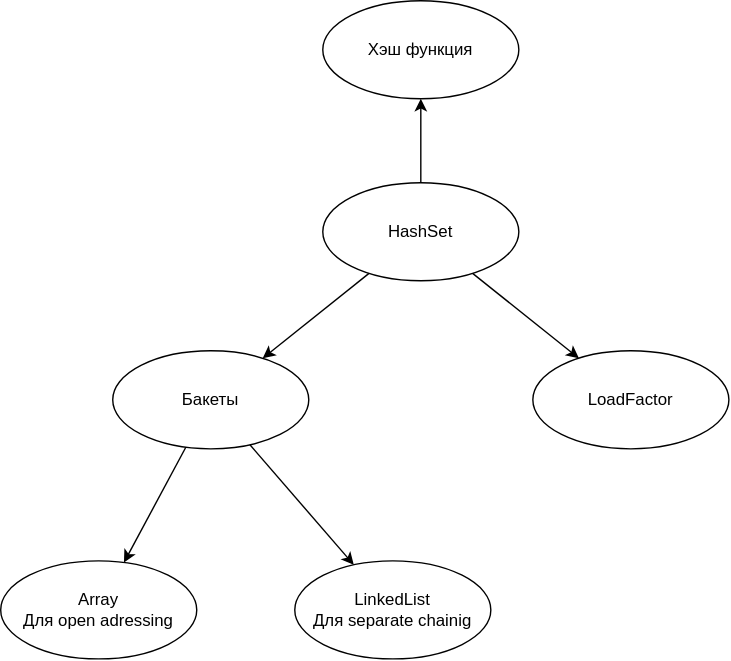
kosukhin/catalog keeps this draw.io diagram as База/Структуры данных/2. Быстро находить данные и проверять условия/2.3. Проверять принадлежность и уникальность/Множество (Set)/HashSet/schemes/Знакомство.drawio.svg. Above is the earlier version. Source tidied: cells renumbered, new cells last; positions are measured from the earlier drawing's top-left corner, leaving out a move shared by most shapes.
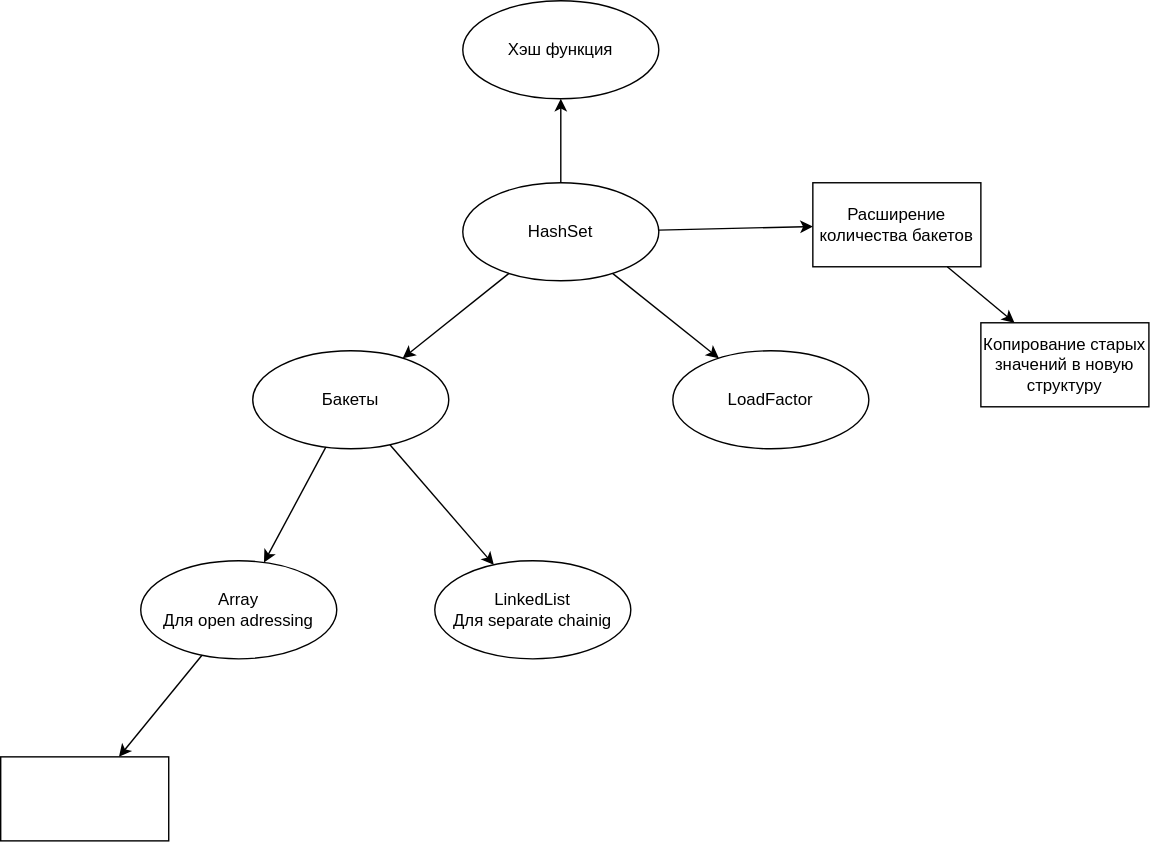
After the commit.

What changed in the source:
```diff
@@ -23,9 +23,6 @@
     <mxCell id="8" value="Array&lt;div&gt;Для open adressing&lt;/div&gt;" style="ellipse;whiteSpace=wrap;html=1;" parent="1" vertex="1">
       <mxGeometry y="400" width="140" height="70" as="geometry" />
     </mxCell>
-    <mxCell id="9" style="edgeStyle=none;html=1;" parent="1" edge="1" source="10" target="2">
-      <mxGeometry relative="1" as="geometry" />
-    </mxCell>
     <mxCell id="10" value="HashSet" style="ellipse;whiteSpace=wrap;html=1;" parent="1" vertex="1">
       <mxGeometry x="230" y="130" width="140" height="70" as="geometry" />
     </mxCell>
@@ -35,5 +32,26 @@
     <mxCell id="12" style="edgeStyle=none;html=1;" parent="1" edge="1" source="10" target="4">
       <mxGeometry relative="1" as="geometry" />
     </mxCell>
+    <mxCell id="9" style="edgeStyle=none;html=1;" parent="1" edge="1" source="10" target="2">
+      <mxGeometry relative="1" as="geometry" />
+    </mxCell>
+    <mxCell id="13" style="edgeStyle=none;html=1;" parent="1" edge="1" source="10" target="14">
+      <mxGeometry relative="1" as="geometry" />
+    </mxCell>
+    <mxCell id="14" value="Расширение количества бакетов" style="whiteSpace=wrap;html=1;" parent="1" vertex="1">
+      <mxGeometry x="480" y="130" width="120" height="60" as="geometry" />
+    </mxCell>
+    <mxCell id="15" value="Копирование старых значений в новую структуру" style="whiteSpace=wrap;html=1;" parent="1" vertex="1">
+      <mxGeometry x="600" y="230" width="120" height="60" as="geometry" />
+    </mxCell>
+    <mxCell id="16" style="edgeStyle=none;html=1;" parent="1" edge="1" source="14" target="15">
+      <mxGeometry relative="1" as="geometry" />
+    </mxCell>
+    <mxCell id="17" style="edgeStyle=none;html=1;" parent="1" edge="1" source="8" target="18">
+      <mxGeometry relative="1" as="geometry" />
+    </mxCell>
+    <mxCell id="18" style="whiteSpace=wrap;html=1;" parent="1" vertex="1">
+      <mxGeometry x="-100" y="540" width="120" height="60" as="geometry" />
+    </mxCell>
   </root>
 </mxGraphModel>
```
